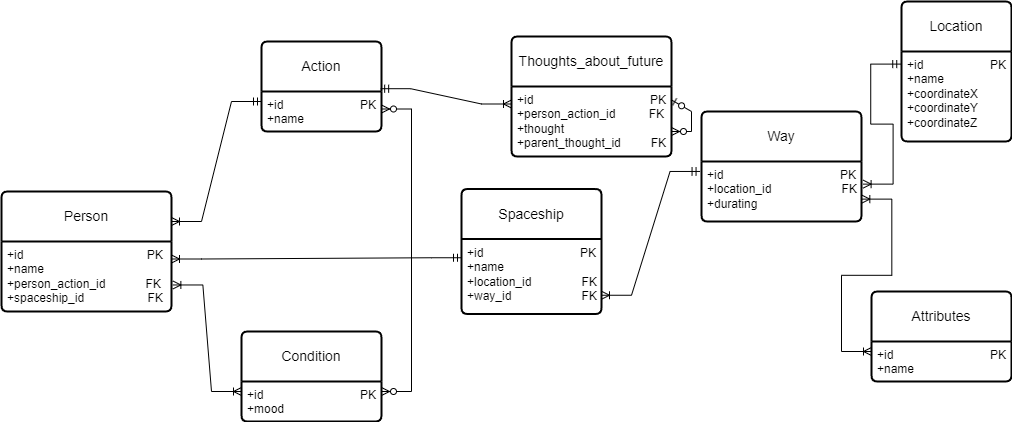
Before: DataBases/lab1/InfologicDiagram.drawio.png, a diagram exported from draw.io (EgorovaVarvara/ITMO). Source tidied: cells renumbered, new cells last; positions are measured from the earlier drawing's top-left corner, leaving out a move shared by most shapes.
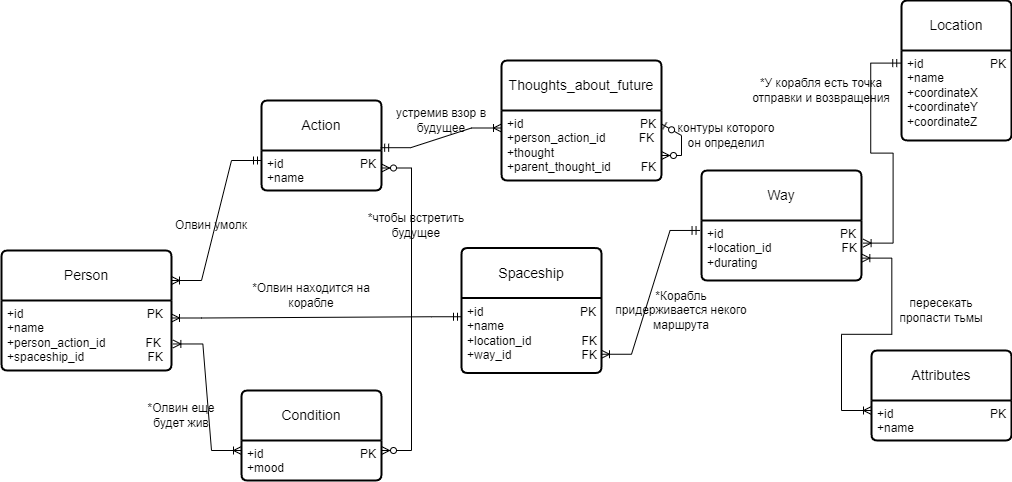
After the commit.

Change to the diagram source:
```diff
@@ -24,7 +24,7 @@
       <mxGeometry y="50" width="140" height="40" as="geometry" />
     </mxCell>
     <mxCell id="9" value="Location" style="swimlane;horizontal=1;startSize=50;rounded=1;fontSize=14;fontStyle=0;strokeWidth=2;shadow=0;dashed=0;align=center;arcSize=4;whiteSpace=wrap;html=1;" parent="1" vertex="1">
-      <mxGeometry x="900" width="110" height="140" as="geometry" />
+      <mxGeometry x="900" y="-60" width="110" height="140" as="geometry" />
     </mxCell>
     <mxCell id="10" value="+id&amp;nbsp; &amp;nbsp; &amp;nbsp; &amp;nbsp; &amp;nbsp; &amp;nbsp; &amp;nbsp; &amp;nbsp; &amp;nbsp; &amp;nbsp; PK&lt;br&gt;+name&lt;br&gt;+coordinateX&lt;br&gt;+coordinateY&lt;br&gt;+coordinateZ" style="align=left;strokeColor=none;fillColor=none;spacingLeft=4;fontSize=12;verticalAlign=top;html=1;" parent="9" vertex="1">
       <mxGeometry y="50" width="110" height="90" as="geometry" />
@@ -59,7 +59,7 @@
       </mxGeometry>
     </mxCell>
     <mxCell id="18" value="Thoughts_about_future" style="swimlane;horizontal=1;startSize=50;rounded=1;fontSize=14;fontStyle=0;strokeWidth=2;shadow=0;dashed=0;align=center;arcSize=4;whiteSpace=wrap;html=1;" parent="1" vertex="1">
-      <mxGeometry x="510" y="35" width="160" height="120" as="geometry" />
+      <mxGeometry x="500" width="160" height="120" as="geometry" />
     </mxCell>
     <mxCell id="19" value="+id&amp;nbsp; &amp;nbsp; &amp;nbsp; &amp;nbsp; &amp;nbsp; &amp;nbsp; &amp;nbsp; &amp;nbsp; &amp;nbsp; &amp;nbsp; &amp;nbsp; &amp;nbsp; &amp;nbsp; &amp;nbsp; &amp;nbsp; &amp;nbsp; &amp;nbsp; &amp;nbsp;PK&lt;br&gt;+person_action_id&amp;nbsp; &amp;nbsp; &amp;nbsp; &amp;nbsp; &amp;nbsp; FK&lt;br&gt;+thought&lt;br&gt;+parent_thought_id&amp;nbsp; &amp;nbsp; &amp;nbsp; &amp;nbsp; &amp;nbsp;FK" style="align=left;strokeColor=none;fillColor=none;spacingLeft=4;fontSize=12;verticalAlign=top;html=1;" parent="18" vertex="1">
       <mxGeometry y="50" width="160" height="70" as="geometry" />
@@ -91,5 +91,32 @@
     <mxCell id="28" style="edgeStyle=entityRelationEdgeStyle;fontSize=12;html=1;endArrow=ERzeroToMany;endFill=1;startArrow=ERzeroToMany;rounded=0;entryX=1;entryY=0.75;entryDx=0;entryDy=0;exitX=1;exitY=0.25;exitDx=0;exitDy=0;" parent="1" edge="1" source="8" target="5">
       <mxGeometry relative="1" as="geometry" />
     </mxCell>
+    <mxCell id="29" value="Олвин умолк" style="text;html=1;align=center;verticalAlign=middle;whiteSpace=wrap;rounded=0;" parent="1" vertex="1">
+      <mxGeometry x="160" y="150" width="100" height="30" as="geometry" />
+    </mxCell>
+    <mxCell id="30" value="устремив взор в будущее" style="text;html=1;align=center;verticalAlign=middle;whiteSpace=wrap;rounded=0;" parent="1" vertex="1">
+      <mxGeometry x="390" y="45" width="100" height="30" as="geometry" />
+    </mxCell>
+    <mxCell id="31" value="контуры которого он определил" style="text;html=1;align=center;verticalAlign=middle;whiteSpace=wrap;rounded=0;" parent="1" vertex="1">
+      <mxGeometry x="670" y="60" width="110" height="30" as="geometry" />
+    </mxCell>
+    <mxCell id="32" value="пересекать пропасти тьмы" style="text;html=1;align=center;verticalAlign=middle;whiteSpace=wrap;rounded=0;" parent="1" vertex="1">
+      <mxGeometry x="890" y="235" width="100" height="30" as="geometry" />
+    </mxCell>
+    <mxCell id="33" value="*Олвин находится на корабле" style="text;html=1;align=center;verticalAlign=middle;whiteSpace=wrap;rounded=0;" parent="1" vertex="1">
+      <mxGeometry x="250" y="220" width="120" height="30" as="geometry" />
+    </mxCell>
+    <mxCell id="34" value="*чтобы встретить будущее" style="text;html=1;align=center;verticalAlign=middle;whiteSpace=wrap;rounded=0;" parent="1" vertex="1">
+      <mxGeometry x="350" y="150" width="130" height="30" as="geometry" />
+    </mxCell>
+    <mxCell id="35" value="*Олвин еще будет жив" style="text;html=1;align=center;verticalAlign=middle;whiteSpace=wrap;rounded=0;" parent="1" vertex="1">
+      <mxGeometry x="130" y="340" width="100" height="30" as="geometry" />
+    </mxCell>
+    <mxCell id="36" value="*Корабль придерживается некого маршрута" style="text;html=1;align=center;verticalAlign=middle;whiteSpace=wrap;rounded=0;" parent="1" vertex="1">
+      <mxGeometry x="610" y="235" width="140" height="30" as="geometry" />
+    </mxCell>
+    <mxCell id="37" value="*У корабля есть точка отправки и возвращения" style="text;html=1;align=center;verticalAlign=middle;whiteSpace=wrap;rounded=0;" parent="1" vertex="1">
+      <mxGeometry x="750" y="15" width="140" height="30" as="geometry" />
+    </mxCell>
   </root>
 </mxGraphModel>
```
